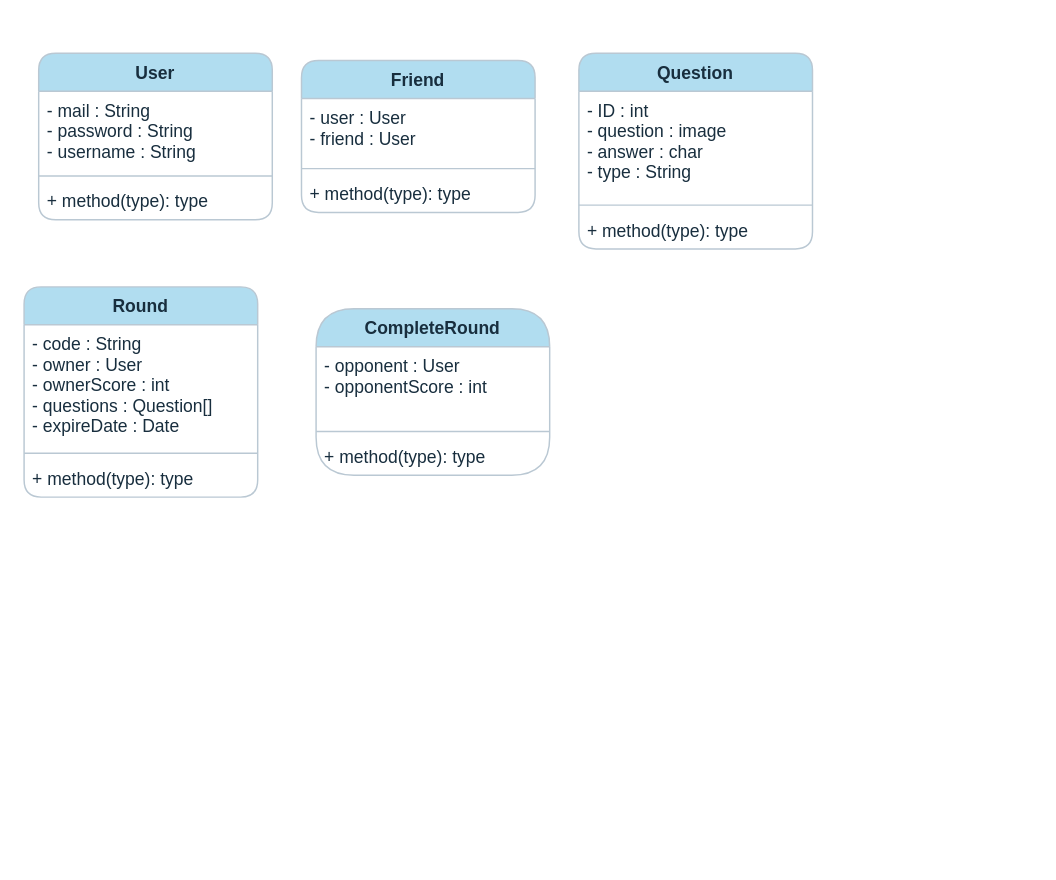
Above: page "Model-uml" (1 of 2) of document/UML-overview.drawio in PieFreak/LMTX38 (draw.io), before the change. Source tidied: cells renumbered, new cells numbered last; positions are measured from the earlier drawing's top-left corner, leaving out a move shared by most shapes. Both pictures are drawn from the tidied source at 146%, with x=0, y=0 at pixel (23, 53).
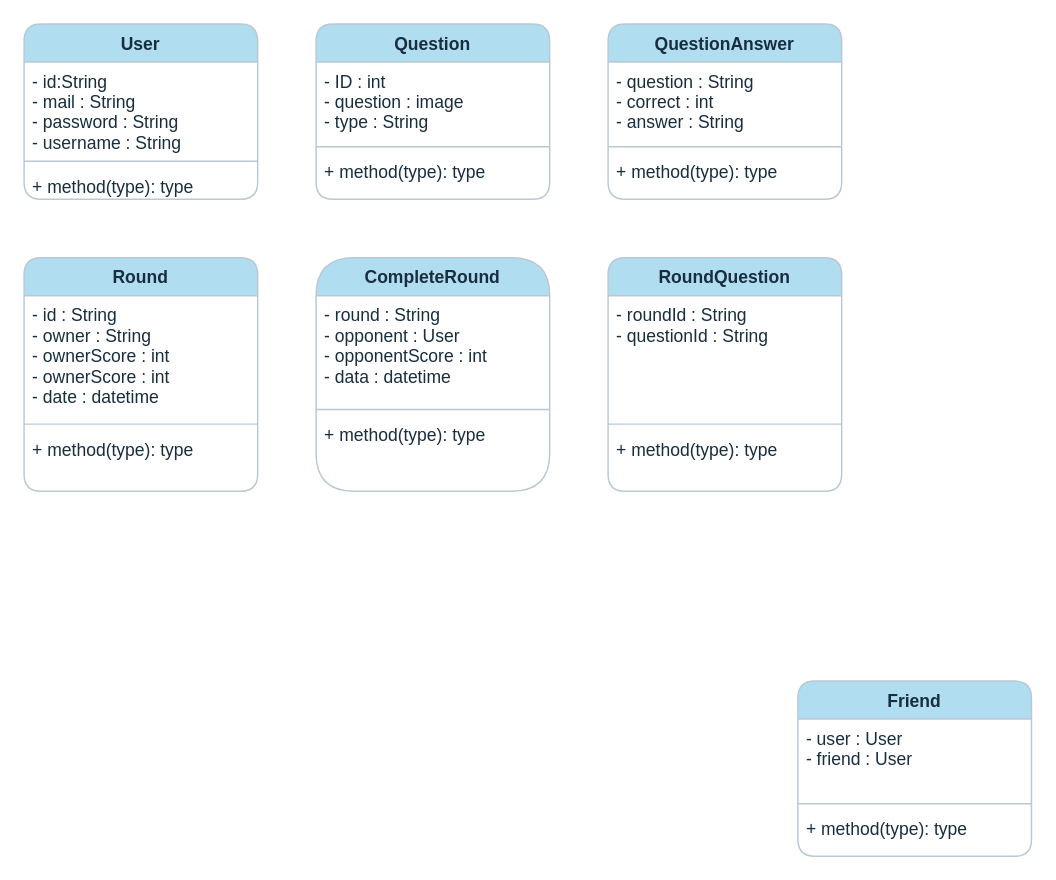
The same page after the edit.

The edit, as a diff of the source:
```diff
@@
     <mxCell id="2" value="User" style="swimlane;fontStyle=1;align=center;verticalAlign=top;horizontal=1;startSize=26;rounded=1;labelBackgroundColor=none;fillColor=#B1DDF0;strokeColor=#BAC8D3;fontColor=#182E3E;" parent="1" vertex="1">
-      <mxGeometry x="10" width="160" height="114" as="geometry" />
+      <mxGeometry y="-20" width="160" height="120" as="geometry" />
     </mxCell>
-    <mxCell id="3" value="- mail : String&#10;- password : String&#10;- username : String" style="text;strokeColor=none;fillColor=none;align=left;verticalAlign=top;spacingLeft=4;spacingRight=4;overflow=hidden;rounded=1;labelBackgroundColor=none;fontColor=#182E3E;" parent="2" vertex="1">
-      <mxGeometry y="26" width="160" height="54" as="geometry" />
+    <mxCell id="3" value="- id:String&#10;- mail : String&#10;- password : String&#10;- username : String" style="text;strokeColor=none;fillColor=none;align=left;verticalAlign=top;spacingLeft=4;spacingRight=4;overflow=hidden;rounded=1;labelBackgroundColor=none;fontColor=#182E3E;" parent="2" vertex="1">
+      <mxGeometry y="26" width="160" height="64" as="geometry" />
     </mxCell>
     <mxCell id="4" style="line;strokeWidth=1;fillColor=none;align=left;verticalAlign=middle;spacingTop=-1;spacingLeft=3;spacingRight=3;labelPosition=right;strokeColor=#BAC8D3;rounded=1;labelBackgroundColor=none;fontColor=#182E3E;" parent="2" vertex="1">
-      <mxGeometry y="80" width="160" height="8" as="geometry" />
+      <mxGeometry y="90" width="160" height="8" as="geometry" />
     </mxCell>
     <mxCell id="5" value="+ method(type): type" style="text;strokeColor=none;fillColor=none;align=left;verticalAlign=top;spacingLeft=4;spacingRight=4;overflow=hidden;rounded=1;labelBackgroundColor=none;fontColor=#182E3E;" parent="2" vertex="1">
-      <mxGeometry y="88" width="160" height="26" as="geometry" />
+      <mxGeometry y="98" width="160" height="22" as="geometry" />
     </mxCell>
     <mxCell id="6" value="Friend" style="swimlane;fontStyle=1;align=center;verticalAlign=top;horizontal=1;startSize=26;rounded=1;labelBackgroundColor=none;fillColor=#B1DDF0;strokeColor=#BAC8D3;fontColor=#182E3E;" parent="1" vertex="1">
-      <mxGeometry x="190" y="5" width="160" height="104" as="geometry" />
+      <mxGeometry x="530" y="430" width="160" height="120" as="geometry" />
     </mxCell>
     <mxCell id="7" value="- user : User&#10;- friend : User&#10;" style="text;strokeColor=none;fillColor=none;align=left;verticalAlign=top;spacingLeft=4;spacingRight=4;overflow=hidden;rounded=1;labelBackgroundColor=none;fontColor=#182E3E;" parent="6" vertex="1">
-      <mxGeometry y="26" width="160" height="44" as="geometry" />
+      <mxGeometry y="26" width="160" height="54" as="geometry" />
     </mxCell>
     <mxCell id="8" style="line;strokeWidth=1;fillColor=none;align=left;verticalAlign=middle;spacingTop=-1;spacingLeft=3;spacingRight=3;labelPosition=right;strokeColor=#BAC8D3;rounded=1;labelBackgroundColor=none;fontColor=#182E3E;" parent="6" vertex="1">
-      <mxGeometry y="70" width="160" height="8" as="geometry" />
+      <mxGeometry y="80" width="160" height="8" as="geometry" />
     </mxCell>
     <mxCell id="9" value="+ method(type): type" style="text;strokeColor=none;fillColor=none;align=left;verticalAlign=top;spacingLeft=4;spacingRight=4;overflow=hidden;rounded=1;labelBackgroundColor=none;fontColor=#182E3E;" parent="6" vertex="1">
-      <mxGeometry y="78" width="160" height="26" as="geometry" />
+      <mxGeometry y="88" width="160" height="32" as="geometry" />
     </mxCell>
-    <mxCell id="10" value="Question" style="swimlane;fontStyle=1;align=center;verticalAlign=top;horizontal=1;startSize=26;rounded=1;labelBackgroundColor=none;fillColor=#B1DDF0;strokeColor=#BAC8D3;fontColor=#182E3E;" parent="1" vertex="1">
-      <mxGeometry x="380" width="160" height="134" as="geometry" />
+    <mxCell id="10" value="QuestionAnswer&#10;" style="swimlane;fontStyle=1;align=center;verticalAlign=top;horizontal=1;startSize=26;rounded=1;labelBackgroundColor=none;fillColor=#B1DDF0;strokeColor=#BAC8D3;fontColor=#182E3E;" parent="1" vertex="1">
+      <mxGeometry x="400" y="-20" width="160" height="120" as="geometry" />
     </mxCell>
-    <mxCell id="11" value="- ID : int&#10;- question : image&#10;- answer : char&#10;- type : String" style="text;strokeColor=none;fillColor=none;align=left;verticalAlign=top;spacingLeft=4;spacingRight=4;overflow=hidden;rounded=1;labelBackgroundColor=none;fontColor=#182E3E;" parent="10" vertex="1">
-      <mxGeometry y="26" width="160" height="74" as="geometry" />
+    <mxCell id="11" value="- question : String&#10;- correct : int&#10;- answer : String" style="text;strokeColor=none;fillColor=none;align=left;verticalAlign=top;spacingLeft=4;spacingRight=4;overflow=hidden;rounded=1;labelBackgroundColor=none;fontColor=#182E3E;" parent="10" vertex="1">
+      <mxGeometry y="26" width="160" height="54" as="geometry" />
     </mxCell>
     <mxCell id="12" style="line;strokeWidth=1;fillColor=none;align=left;verticalAlign=middle;spacingTop=-1;spacingLeft=3;spacingRight=3;labelPosition=right;strokeColor=#BAC8D3;rounded=1;labelBackgroundColor=none;fontColor=#182E3E;" parent="10" vertex="1">
-      <mxGeometry y="100" width="160" height="8" as="geometry" />
+      <mxGeometry y="80" width="160" height="8" as="geometry" />
     </mxCell>
     <mxCell id="13" value="+ method(type): type" style="text;strokeColor=none;fillColor=none;align=left;verticalAlign=top;spacingLeft=4;spacingRight=4;overflow=hidden;rounded=1;labelBackgroundColor=none;fontColor=#182E3E;" parent="10" vertex="1">
-      <mxGeometry y="108" width="160" height="26" as="geometry" />
+      <mxGeometry y="88" width="160" height="32" as="geometry" />
     </mxCell>
     <mxCell id="14" value="Round" style="swimlane;fontStyle=1;align=center;verticalAlign=top;horizontal=1;startSize=26;strokeColor=#BAC8D3;fontColor=#182E3E;fillColor=#B1DDF0;rounded=1;" parent="1" vertex="1">
-      <mxGeometry y="160" width="160" height="144" as="geometry" />
+      <mxGeometry y="140" width="160" height="160" as="geometry" />
     </mxCell>
-    <mxCell id="15" value="- code : String&#10;- owner : User&#10;- ownerScore : int&#10;- questions : Question[]&#10;- expireDate : Date" style="text;strokeColor=none;fillColor=none;align=left;verticalAlign=top;spacingLeft=4;spacingRight=4;overflow=hidden;fontColor=#182E3E;rounded=1;" parent="14" vertex="1">
+    <mxCell id="15" value="- id : String&#10;- owner : String&#10;- ownerScore : int&#10;- ownerScore : int&#10;- date : datetime" style="text;strokeColor=none;fillColor=none;align=left;verticalAlign=top;spacingLeft=4;spacingRight=4;overflow=hidden;fontColor=#182E3E;rounded=1;" parent="14" vertex="1">
       <mxGeometry y="26" width="160" height="84" as="geometry" />
     </mxCell>
@@
     <mxCell id="17" value="+ method(type): type" style="text;strokeColor=none;fillColor=none;align=left;verticalAlign=top;spacingLeft=4;spacingRight=4;overflow=hidden;fontColor=#182E3E;rounded=1;" parent="14" vertex="1">
-      <mxGeometry y="118" width="160" height="26" as="geometry" />
+      <mxGeometry y="118" width="160" height="42" as="geometry" />
     </mxCell>
     <mxCell id="18" value="CompleteRound" style="swimlane;fontStyle=1;align=center;verticalAlign=top;horizontal=1;startSize=26;rounded=1;strokeColor=#BAC8D3;fontColor=#182E3E;fillColor=#B1DDF0;arcSize=50;" parent="1" vertex="1">
-      <mxGeometry x="200" y="175" width="160" height="114" as="geometry" />
+      <mxGeometry x="200" y="140" width="160" height="160" as="geometry" />
     </mxCell>
-    <mxCell id="19" value="- opponent : User&#10;- opponentScore : int&#10;" style="text;strokeColor=none;fillColor=none;align=left;verticalAlign=top;spacingLeft=4;spacingRight=4;overflow=hidden;fontColor=#182E3E;" parent="18" vertex="1">
-      <mxGeometry y="26" width="160" height="54" as="geometry" />
+    <mxCell id="19" value="- round : String&#10;- opponent : User&#10;- opponentScore : int&#10;- data : datetime" style="text;strokeColor=none;fillColor=none;align=left;verticalAlign=top;spacingLeft=4;spacingRight=4;overflow=hidden;fontColor=#182E3E;" parent="18" vertex="1">
+      <mxGeometry y="26" width="160" height="74" as="geometry" />
     </mxCell>
     <mxCell id="20" style="line;strokeWidth=1;fillColor=none;align=left;verticalAlign=middle;spacingTop=-1;spacingLeft=3;spacingRight=3;labelPosition=right;strokeColor=inherit;rounded=1;fontColor=#182E3E;" parent="18" vertex="1">
-      <mxGeometry y="80" width="160" height="8" as="geometry" />
+      <mxGeometry y="100" width="160" height="8" as="geometry" />
     </mxCell>
     <mxCell id="21" value="+ method(type): type" style="text;strokeColor=none;fillColor=none;align=left;verticalAlign=top;spacingLeft=4;spacingRight=4;overflow=hidden;fontColor=#182E3E;" parent="18" vertex="1">
-      <mxGeometry y="88" width="160" height="26" as="geometry" />
+      <mxGeometry y="108" width="160" height="52" as="geometry" />
     </mxCell>
+    <mxCell id="22" value="Question" style="swimlane;fontStyle=1;align=center;verticalAlign=top;horizontal=1;startSize=26;rounded=1;labelBackgroundColor=none;fillColor=#B1DDF0;strokeColor=#BAC8D3;fontColor=#182E3E;" parent="1" vertex="1">
+      <mxGeometry x="200" y="-20" width="160" height="120" as="geometry" />
+    </mxCell>
+    <mxCell id="23" value="- ID : int&#10;- question : image&#10;- type : String" style="text;strokeColor=none;fillColor=none;align=left;verticalAlign=top;spacingLeft=4;spacingRight=4;overflow=hidden;rounded=1;labelBackgroundColor=none;fontColor=#182E3E;" parent="22" vertex="1">
+      <mxGeometry y="26" width="160" height="54" as="geometry" />
+    </mxCell>
+    <mxCell id="24" style="line;strokeWidth=1;fillColor=none;align=left;verticalAlign=middle;spacingTop=-1;spacingLeft=3;spacingRight=3;labelPosition=right;strokeColor=#BAC8D3;rounded=1;labelBackgroundColor=none;fontColor=#182E3E;" parent="22" vertex="1">
+      <mxGeometry y="80" width="160" height="8" as="geometry" />
+    </mxCell>
+    <mxCell id="25" value="+ method(type): type" style="text;strokeColor=none;fillColor=none;align=left;verticalAlign=top;spacingLeft=4;spacingRight=4;overflow=hidden;rounded=1;labelBackgroundColor=none;fontColor=#182E3E;" parent="22" vertex="1">
+      <mxGeometry y="88" width="160" height="32" as="geometry" />
+    </mxCell>
+    <mxCell id="26" value="RoundQuestion" style="swimlane;fontStyle=1;align=center;verticalAlign=top;horizontal=1;startSize=26;strokeColor=#BAC8D3;fontColor=#182E3E;fillColor=#B1DDF0;rounded=1;" parent="1" vertex="1">
+      <mxGeometry x="400" y="140" width="160" height="160" as="geometry" />
+    </mxCell>
+    <mxCell id="27" value="- roundId : String&#10;- questionId : String" style="text;strokeColor=none;fillColor=none;align=left;verticalAlign=top;spacingLeft=4;spacingRight=4;overflow=hidden;fontColor=#182E3E;rounded=1;" parent="26" vertex="1">
+      <mxGeometry y="26" width="160" height="84" as="geometry" />
+    </mxCell>
+    <mxCell id="28" style="line;strokeWidth=1;fillColor=none;align=left;verticalAlign=middle;spacingTop=-1;spacingLeft=3;spacingRight=3;labelPosition=right;strokeColor=inherit;fontColor=#182E3E;rounded=1;" parent="26" vertex="1">
+      <mxGeometry y="110" width="160" height="8" as="geometry" />
+    </mxCell>
+    <mxCell id="29" value="+ method(type): type" style="text;strokeColor=none;fillColor=none;align=left;verticalAlign=top;spacingLeft=4;spacingRight=4;overflow=hidden;fontColor=#182E3E;rounded=1;" parent="26" vertex="1">
+      <mxGeometry y="118" width="160" height="42" as="geometry" />
+    </mxCell>
```
